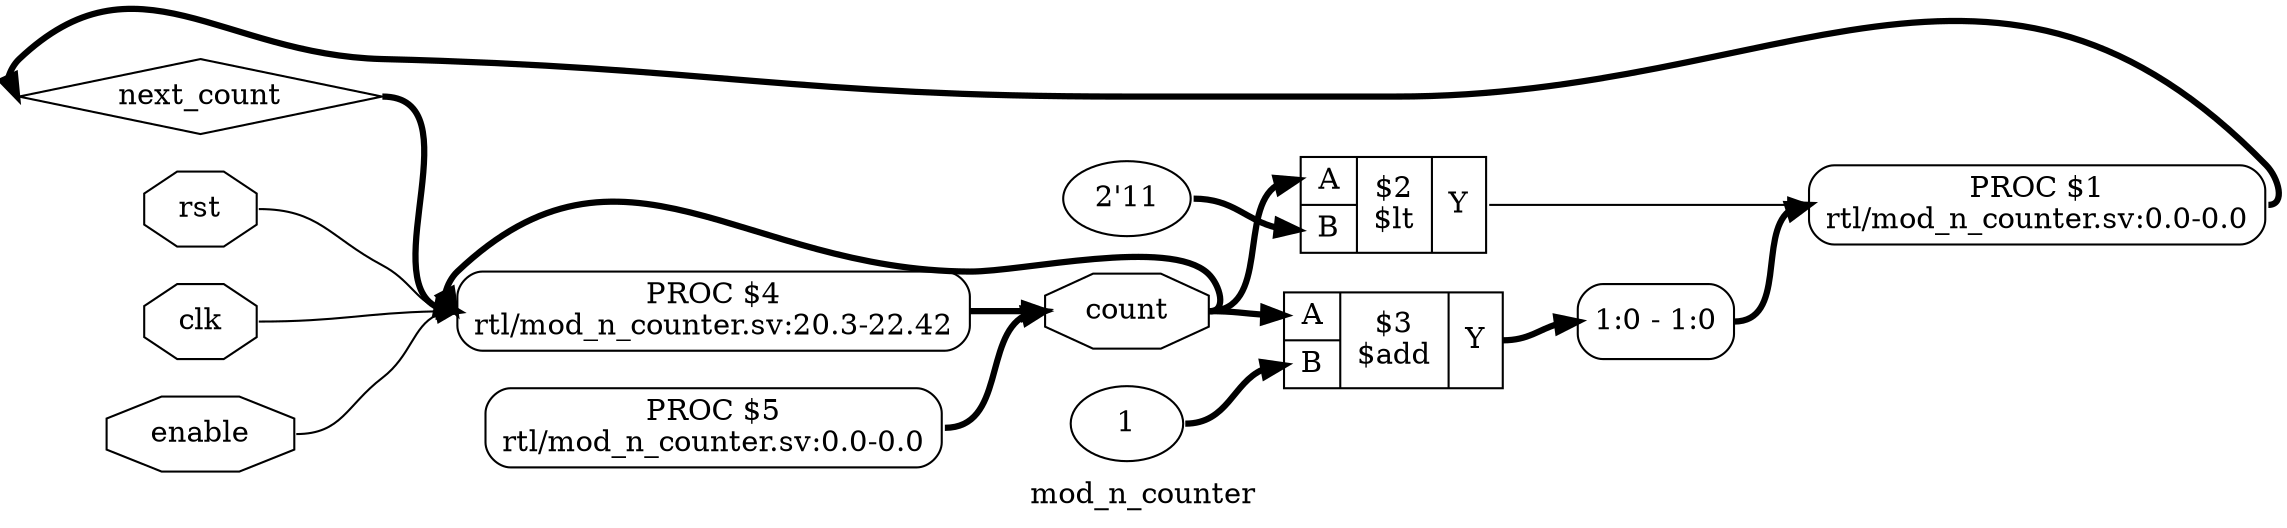
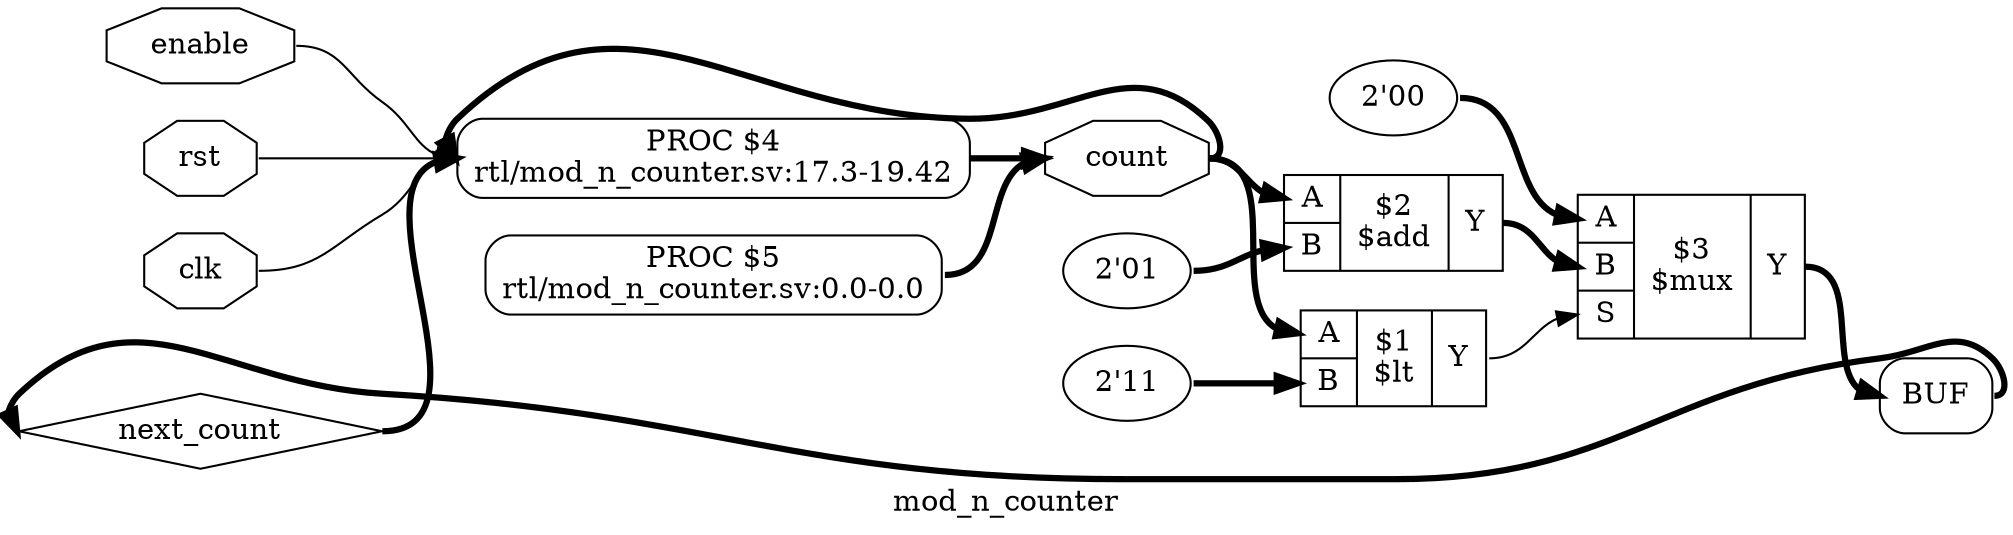
digraph "mod_n_counter" {
label="mod_n_counter";
rankdir="LR";
remincross=true;
- n7 [ shape=diamond, label="next_count", color="black", fontcolor="black" ];
- n8 [ shape=octagon, label="count", color="black", fontcolor="black" ];
- n9 [ shape=octagon, label="enable", color="black", fontcolor="black" ];
- n10 [ shape=octagon, label="rst", color="black", fontcolor="black" ];
- n11 [ shape=octagon, label="clk", color="black", fontcolor="black" ];
- v0 [ label="1" ];
- c15 [ shape=record, label="{{<p12> A|<p13> B}|$3\n$add|{<p14> Y}}",  ];
- v1 [ label="2'11" ];
- c16 [ shape=record, label="{{<p12> A|<p13> B}|$2\n$lt|{<p14> Y}}",  ];
- p2 [shape=box, style=rounded, label="PROC $5\nrtl/mod_n_counter.sv:0.0-0.0"];
- p3 [shape=box, style=rounded, label="PROC $4\nrtl/mod_n_counter.sv:20.3-22.42"];
- x5 [ shape=record, style=rounded, label="<s0> 1:0 - 1:0 ", color="black", fontcolor="black" ];
- p4 [shape=box, style=rounded, label="PROC $1\nrtl/mod_n_counter.sv:0.0-0.0"];
- n10:e -> p3:w [color="black", fontcolor="black", label=""];
- n11:e -> p3:w [color="black", fontcolor="black", label=""];
- c15:p14:e -> x5:s0:w [color="black", fontcolor="black", style="setlinewidth(3)", label=""];
- c16:p14:e -> p4:w [color="black", fontcolor="black", label=""];
+ n6 [ shape=diamond, label="next_count", color="black", fontcolor="black" ];
+ n7 [ shape=octagon, label="count", color="black", fontcolor="black" ];
+ n8 [ shape=octagon, label="enable", color="black", fontcolor="black" ];
+ n9 [ shape=octagon, label="rst", color="black", fontcolor="black" ];
+ n10 [ shape=octagon, label="clk", color="black", fontcolor="black" ];
+ v0 [ label="2'00" ];
+ c15 [ shape=record, label="{{<p11> A|<p12> B|<p13> S}|$3\n$mux|{<p14> Y}}",  ];
+ v1 [ label="2'01" ];
+ c16 [ shape=record, label="{{<p11> A|<p12> B}|$2\n$add|{<p14> Y}}",  ];
+ v2 [ label="2'11" ];
+ c17 [ shape=record, label="{{<p11> A|<p12> B}|$1\n$lt|{<p14> Y}}",  ];
+ p3 [shape=box, style=rounded, label="PROC $5\nrtl/mod_n_counter.sv:0.0-0.0"];
+ p4 [shape=box, style=rounded, label="PROC $4\nrtl/mod_n_counter.sv:17.3-19.42"];
+ x5 [shape=box, style=rounded, label="BUF", ];
+ n10:e -> p4:w [color="black", fontcolor="black", label=""];
+ c15:p14:e -> x5:w [color="black", fontcolor="black", style="setlinewidth(3)", label=""];
+ c16:p14:e -> c15:p12:w [color="black", fontcolor="black", style="setlinewidth(3)", label=""];
+ c17:p14:e -> c15:p13:w [color="black", fontcolor="black", label=""];
+ x5:e -> n6:w [color="black", fontcolor="black", style="setlinewidth(3)", label=""];
+ n6:e -> p4:w [color="black", fontcolor="black", style="setlinewidth(3)", label=""];
+ p3:e -> n7:w [color="black", fontcolor="black", style="setlinewidth(3)", label=""];
p4:e -> n7:w [color="black", fontcolor="black", style="setlinewidth(3)", label=""];
- n7:e -> p3:w [color="black", fontcolor="black", style="setlinewidth(3)", label=""];
- p2:e -> n8:w [color="black", fontcolor="black", style="setlinewidth(3)", label=""];
- p3:e -> n8:w [color="black", fontcolor="black", style="setlinewidth(3)", label=""];
- n8:e -> c15:p12:w [color="black", fontcolor="black", style="setlinewidth(3)", label=""];
- n8:e -> c16:p12:w [color="black", fontcolor="black", style="setlinewidth(3)", label=""];
- n8:e -> p3:w [color="black", fontcolor="black", style="setlinewidth(3)", label=""];
- n9:e -> p3:w [color="black", fontcolor="black", label=""];
- v0:e -> c15:p13:w [color="black", fontcolor="black", style="setlinewidth(3)", label=""];
- v1:e -> c16:p13:w [color="black", fontcolor="black", style="setlinewidth(3)", label=""];
- x5:e -> p4:w [color="black", fontcolor="black", style="setlinewidth(3)", label=""];
+ n7:e -> c16:p11:w [color="black", fontcolor="black", style="setlinewidth(3)", label=""];
+ n7:e -> c17:p11:w [color="black", fontcolor="black", style="setlinewidth(3)", label=""];
+ n7:e -> p4:w [color="black", fontcolor="black", style="setlinewidth(3)", label=""];
+ n8:e -> p4:w [color="black", fontcolor="black", label=""];
+ n9:e -> p4:w [color="black", fontcolor="black", label=""];
+ v0:e -> c15:p11:w [color="black", fontcolor="black", style="setlinewidth(3)", label=""];
+ v1:e -> c16:p12:w [color="black", fontcolor="black", style="setlinewidth(3)", label=""];
+ v2:e -> c17:p12:w [color="black", fontcolor="black", style="setlinewidth(3)", label=""];
}
